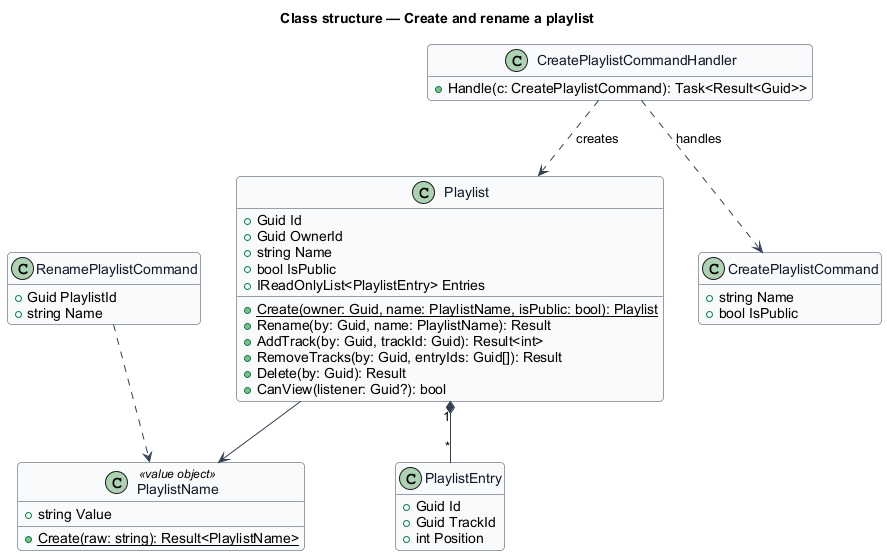
QuinntyneBrown/hummi keeps this PlantUML diagram as docs/detailed-designs/library/create-and-rename-playlist/diagrams/class-structure.png. Above is the earlier version.
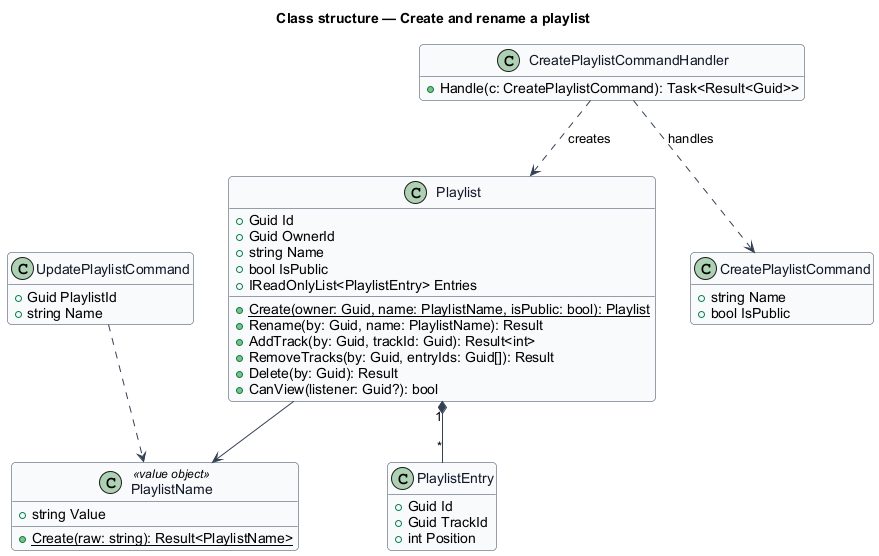
After the commit.

What changed in the source:
```diff
@@ -41,7 +41,7 @@
   +string Name
   +bool IsPublic
 }
-class RenamePlaylistCommand {
+class UpdatePlaylistCommand {
   +Guid PlaylistId
   +string Name
 }
@@ -50,5 +50,5 @@
 }
 CreatePlaylistCommandHandler ..> CreatePlaylistCommand : handles
 CreatePlaylistCommandHandler ..> Playlist : creates
-RenamePlaylistCommand ..> PlaylistName
+UpdatePlaylistCommand ..> PlaylistName
 @enduml
```
